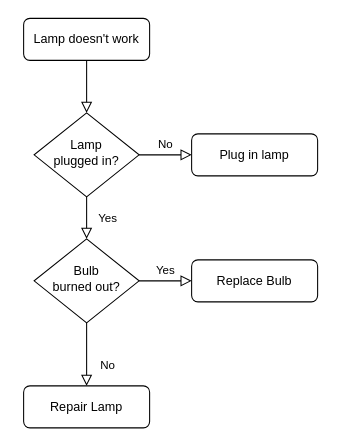
Before: Diagram Tanpa Judul.drawio in fabregasps/test-myweb, a draw.io diagram. Source tidied: cells renumbered, new cells numbered last; positions are measured from the earlier drawing's top-left corner, leaving out a move shared by most shapes. Both pictures are drawn from the tidied source at 105%, with x=0, y=0 at pixel (23, 18).
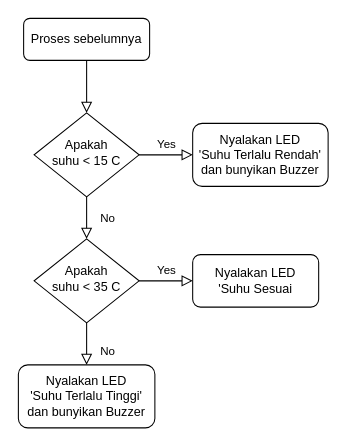
After the change.

Commit message:
Nyoba if else pada FC.drawio

What changed in the source:
```diff
@@
 <mxGraphModel>
   <root>
     <mxCell id="0" />
     <mxCell id="1" parent="0" />
     <mxCell id="2" style="rounded=0;html=1;jettySize=auto;fontSize=11;endArrow=block;endFill=0;endSize=8;strokeWidth=1;shadow=0;labelBackgroundColor=none;edgeStyle=orthogonalEdgeStyle;" parent="1" edge="1" source="3" target="6">
       <mxGeometry relative="1" as="geometry" />
     </mxCell>
-    <mxCell id="3" value="Lamp doesn't work" style="rounded=1;whiteSpace=wrap;html=1;fontSize=12;glass=0;strokeWidth=1;shadow=0;" parent="1" vertex="1">
+    <mxCell id="3" value="Proses sebelumnya" style="rounded=1;whiteSpace=wrap;html=1;fontSize=12;glass=0;strokeWidth=1;shadow=0;" parent="1" vertex="1">
       <mxGeometry width="120" height="40" as="geometry" />
     </mxCell>
-    <mxCell id="4" value="Yes" style="rounded=0;html=1;jettySize=auto;fontSize=11;endArrow=block;endFill=0;endSize=8;strokeWidth=1;shadow=0;labelBackgroundColor=none;edgeStyle=orthogonalEdgeStyle;" parent="1" edge="1" source="6" target="10">
+    <mxCell id="4" value="No" style="rounded=0;html=1;jettySize=auto;fontSize=11;endArrow=block;endFill=0;endSize=8;strokeWidth=1;shadow=0;labelBackgroundColor=none;edgeStyle=orthogonalEdgeStyle;" parent="1" edge="1" source="6" target="10">
       <mxGeometry y="20" relative="1" as="geometry" />
     </mxCell>
-    <mxCell id="5" value="No" style="edgeStyle=orthogonalEdgeStyle;rounded=0;html=1;jettySize=auto;fontSize=11;endArrow=block;endFill=0;endSize=8;strokeWidth=1;shadow=0;labelBackgroundColor=none;" parent="1" edge="1" source="6" target="7">
+    <mxCell id="5" value="Yes" style="edgeStyle=orthogonalEdgeStyle;rounded=0;html=1;jettySize=auto;fontSize=11;endArrow=block;endFill=0;endSize=8;strokeWidth=1;shadow=0;labelBackgroundColor=none;" parent="1" edge="1" source="6" target="7">
       <mxGeometry y="10" relative="1" as="geometry" />
     </mxCell>
-    <mxCell id="6" value="Lamp&lt;br&gt;plugged in?" style="rhombus;whiteSpace=wrap;html=1;shadow=0;fontFamily=Helvetica;fontSize=12;align=center;strokeWidth=1;spacing=6;spacingTop=-4;" parent="1" vertex="1">
+    <mxCell id="6" value="Apakah&lt;div&gt;suhu &amp;lt; 15 C&lt;/div&gt;" style="rhombus;whiteSpace=wrap;html=1;shadow=0;fontFamily=Helvetica;fontSize=12;align=center;strokeWidth=1;spacing=6;spacingTop=-4;" parent="1" vertex="1">
       <mxGeometry x="10" y="90" width="100" height="80" as="geometry" />
     </mxCell>
-    <mxCell id="7" value="Plug in lamp" style="rounded=1;whiteSpace=wrap;html=1;fontSize=12;glass=0;strokeWidth=1;shadow=0;" parent="1" vertex="1">
-      <mxGeometry x="160" y="110" width="120" height="40" as="geometry" />
+    <mxCell id="7" value="Nyalakan LED&lt;div&gt;'Suhu Terlalu Rendah'&lt;/div&gt;&lt;div&gt;dan bunyikan Buzzer&lt;/div&gt;" style="rounded=1;whiteSpace=wrap;html=1;fontSize=12;glass=0;strokeWidth=1;shadow=0;" parent="1" vertex="1">
+      <mxGeometry x="161" y="100" width="129" height="60" as="geometry" />
     </mxCell>
     <mxCell id="8" value="No" style="rounded=0;html=1;jettySize=auto;fontSize=11;endArrow=block;endFill=0;endSize=8;strokeWidth=1;shadow=0;labelBackgroundColor=none;edgeStyle=orthogonalEdgeStyle;" parent="1" edge="1" source="10" target="11">
       <mxGeometry x="0.33" y="20" relative="1" as="geometry" />
     </mxCell>
     <mxCell id="9" value="Yes" style="edgeStyle=orthogonalEdgeStyle;rounded=0;html=1;jettySize=auto;fontSize=11;endArrow=block;endFill=0;endSize=8;strokeWidth=1;shadow=0;labelBackgroundColor=none;" parent="1" edge="1" source="10" target="12">
       <mxGeometry y="10" relative="1" as="geometry" />
     </mxCell>
-    <mxCell id="10" value="Bulb&lt;br&gt;burned out?" style="rhombus;whiteSpace=wrap;html=1;shadow=0;fontFamily=Helvetica;fontSize=12;align=center;strokeWidth=1;spacing=6;spacingTop=-4;" parent="1" vertex="1">
+    <mxCell id="10" value="Apakah&lt;div&gt;suhu &amp;lt; 35 C&lt;/div&gt;" style="rhombus;whiteSpace=wrap;html=1;shadow=0;fontFamily=Helvetica;fontSize=12;align=center;strokeWidth=1;spacing=6;spacingTop=-4;" parent="1" vertex="1">
       <mxGeometry x="10" y="210" width="100" height="80" as="geometry" />
     </mxCell>
-    <mxCell id="11" value="Repair Lamp" style="rounded=1;whiteSpace=wrap;html=1;fontSize=12;glass=0;strokeWidth=1;shadow=0;" parent="1" vertex="1">
-      <mxGeometry y="350" width="120" height="40" as="geometry" />
+    <mxCell id="11" value="Nyalakan LED&lt;div&gt;'Suhu Terlalu Tinggi'&lt;/div&gt;&lt;div&gt;&lt;span style=&quot;background-color: initial;&quot;&gt;dan bunyikan Buzzer&lt;/span&gt;&lt;/div&gt;" style="rounded=1;whiteSpace=wrap;html=1;fontSize=12;glass=0;strokeWidth=1;shadow=0;" parent="1" vertex="1">
+      <mxGeometry x="-5" y="330" width="130" height="60" as="geometry" />
     </mxCell>
-    <mxCell id="12" value="Replace Bulb" style="rounded=1;whiteSpace=wrap;html=1;fontSize=12;glass=0;strokeWidth=1;shadow=0;" parent="1" vertex="1">
-      <mxGeometry x="160" y="230" width="120" height="40" as="geometry" />
+    <mxCell id="12" value="Nyalakan LED&lt;div&gt;'Suhu Sesuai&lt;/div&gt;" style="rounded=1;whiteSpace=wrap;html=1;fontSize=12;glass=0;strokeWidth=1;shadow=0;" parent="1" vertex="1">
+      <mxGeometry x="161" y="225" width="120" height="50" as="geometry" />
     </mxCell>
   </root>
 </mxGraphModel>
```
